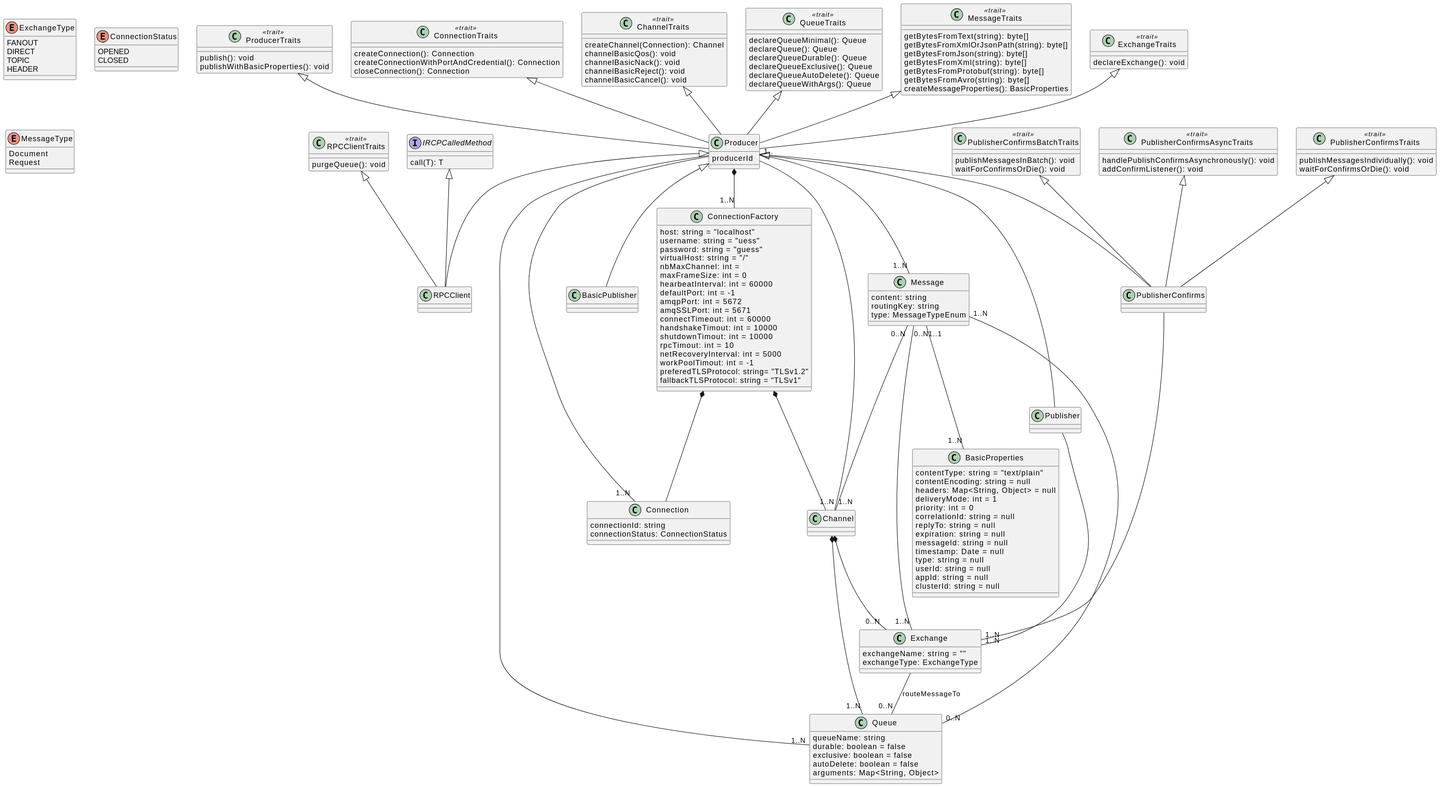
The PlantUML diagram producer-metamodel/producer_metamodel.svg in boubouthiamniang/rabbitmq-metamodel, before a commit.
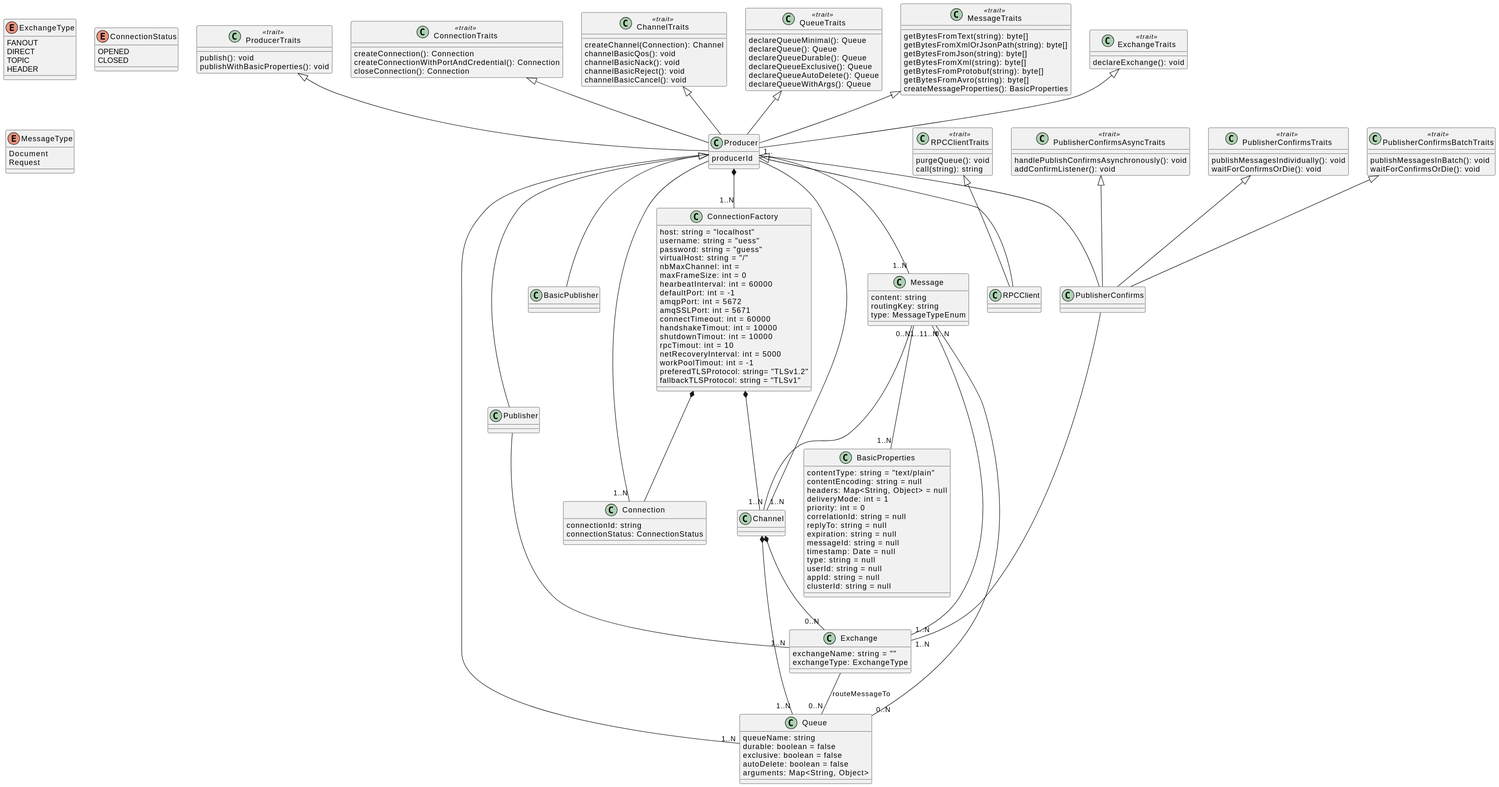
After the change.

Commit message:
update producer metamodel

The edit, as a diff of the source:
```diff
@@ -20,8 +20,6 @@
 Message "1..N" -- "0..N" Queue
 Message "0..N" -- "1..N" Exchange
 Message "1..1" -- "1..N" BasicProperties
-
-IRCPCalledMethod <|-- RPCClient
 
 ProducerTraits <|-- Producer
 ConnectionTraits <|-- Producer
@@ -140,6 +138,7 @@
 
 class RPCClientTraits <<trait>> {
     purgeQueue(): void
+    call(string): string
 }
 
 class ConnectionTraits <<trait>> {
@@ -179,8 +178,4 @@
     getBytesFromAvro(string): byte[]
     createMessageProperties(): BasicProperties
 }
-
-interface IRCPCalledMethod {
-    call(T): T
-}
 @enduml
```
